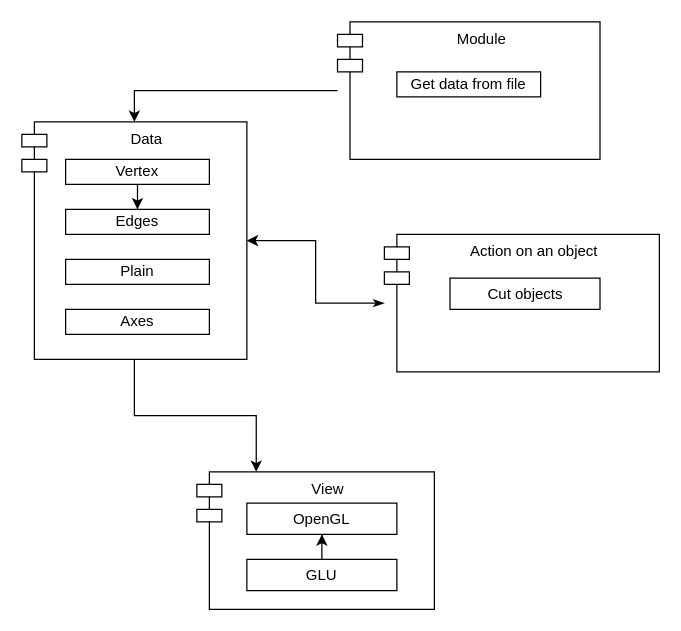
Earlier version of the draw.io diagram cutobject/cutobject.drawio (lookson111/asmLearning). Source tidied: cells renumbered, new cells numbered last; positions are measured from the earlier drawing's top-left corner, leaving out a move shared by most shapes. Both pictures are drawn from the tidied source at 125%, with x=0, y=0 at pixel (21, 21).
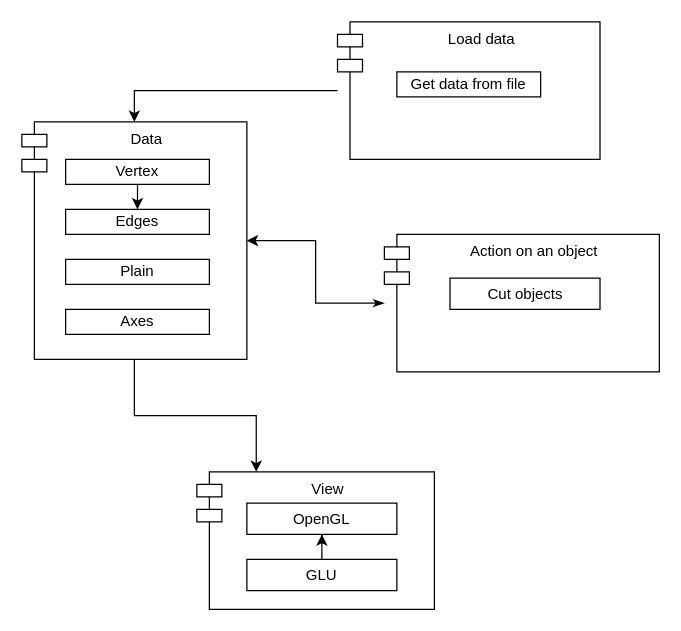
The same diagram, later.

The edit, as a diff of the source:
```diff
@@
 <mxGraphModel>
   <root>
     <mxCell id="0" />
     <mxCell id="1" parent="0" />
     <mxCell id="2" style="edgeStyle=orthogonalEdgeStyle;rounded=0;jettySize=auto;html=1;entryX=0.25;entryY=0;entryDx=0;entryDy=0;" parent="1" edge="1" source="3" target="14">
       <mxGeometry relative="1" as="geometry" />
     </mxCell>
     <mxCell id="3" value="Data" style="shape=module;align=left;spacingLeft=20;align=center;verticalAlign=top;whiteSpace=wrap;html=1;" parent="1" vertex="1">
       <mxGeometry y="80" width="180" height="190" as="geometry" />
     </mxCell>
     <mxCell id="4" style="edgeStyle=orthogonalEdgeStyle;rounded=0;jettySize=auto;html=1;entryX=0.5;entryY=0;entryDx=0;entryDy=0;" parent="1" edge="1" source="5" target="6">
       <mxGeometry relative="1" as="geometry" />
     </mxCell>
     <mxCell id="5" value="Vertex" style="html=1;whiteSpace=wrap;" parent="1" vertex="1">
       <mxGeometry x="35" y="110" width="115" height="20" as="geometry" />
     </mxCell>
     <mxCell id="6" value="Edges" style="html=1;whiteSpace=wrap;" parent="1" vertex="1">
       <mxGeometry x="35" y="150" width="115" height="20" as="geometry" />
     </mxCell>
     <mxCell id="7" value="Plain" style="html=1;whiteSpace=wrap;" parent="1" vertex="1">
       <mxGeometry x="35" y="190" width="115" height="20" as="geometry" />
     </mxCell>
     <mxCell id="8" value="Axes" style="html=1;whiteSpace=wrap;" parent="1" vertex="1">
       <mxGeometry x="35" y="230" width="115" height="20" as="geometry" />
     </mxCell>
     <mxCell id="9" style="edgeStyle=orthogonalEdgeStyle;rounded=0;jettySize=auto;html=1;entryX=0.5;entryY=0;entryDx=0;entryDy=0;" parent="1" edge="1" source="10" target="3">
       <mxGeometry relative="1" as="geometry" />
     </mxCell>
-    <mxCell id="10" value="Module" style="shape=module;align=left;spacingLeft=20;align=center;verticalAlign=top;whiteSpace=wrap;html=1;" parent="1" vertex="1">
+    <mxCell id="10" value="Load data" style="shape=module;align=left;spacingLeft=20;align=center;verticalAlign=top;whiteSpace=wrap;html=1;" parent="1" vertex="1">
       <mxGeometry x="252.5" width="210" height="110" as="geometry" />
     </mxCell>
     <mxCell id="11" value="Get data from file" style="html=1;whiteSpace=wrap;" parent="1" vertex="1">
       <mxGeometry x="300" y="40" width="115" height="20" as="geometry" />
     </mxCell>
     <mxCell id="12" style="edgeStyle=orthogonalEdgeStyle;rounded=0;jettySize=auto;html=1;entryX=1;entryY=0.5;entryDx=0;entryDy=0;startArrow=classicThin;startFill=1;" parent="1" edge="1" source="13" target="3">
       <mxGeometry relative="1" as="geometry" />
     </mxCell>
     <mxCell id="13" value="Action on an object" style="shape=module;align=left;spacingLeft=20;align=center;verticalAlign=top;whiteSpace=wrap;html=1;" parent="1" vertex="1">
       <mxGeometry x="290" y="170" width="220" height="110" as="geometry" />
     </mxCell>
     <mxCell id="14" value="View" style="shape=module;align=left;spacingLeft=20;align=center;verticalAlign=top;whiteSpace=wrap;html=1;" parent="1" vertex="1">
       <mxGeometry x="140" y="360" width="190" height="110" as="geometry" />
     </mxCell>
     <mxCell id="15" value="OpenGL" style="rounded=0;whiteSpace=wrap;html=1;" parent="1" vertex="1">
       <mxGeometry x="180" y="385" width="120" height="25" as="geometry" />
     </mxCell>
     <mxCell id="16" style="edgeStyle=orthogonalEdgeStyle;rounded=0;jettySize=auto;html=1;entryX=0.5;entryY=1;entryDx=0;entryDy=0;" parent="1" edge="1" source="17" target="15">
       <mxGeometry relative="1" as="geometry" />
     </mxCell>
     <mxCell id="17" value="GLU" style="rounded=0;whiteSpace=wrap;html=1;" parent="1" vertex="1">
       <mxGeometry x="180" y="430" width="120" height="25" as="geometry" />
     </mxCell>
     <mxCell id="18" value="Cut objects" style="rounded=0;whiteSpace=wrap;html=1;" parent="1" vertex="1">
       <mxGeometry x="342.5" y="205" width="120" height="25" as="geometry" />
     </mxCell>
   </root>
 </mxGraphModel>
```
